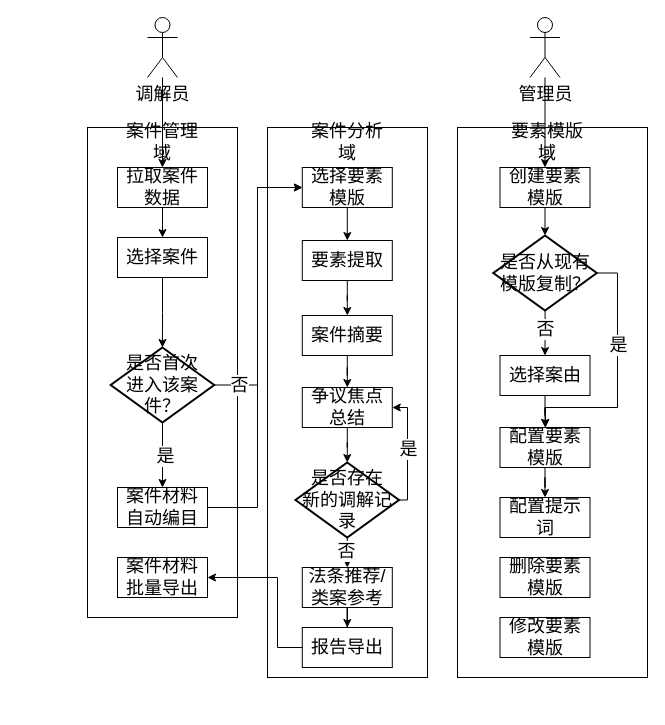
Lainy0605/graduate keeps this draw.io diagram as 系统过程视图.drawio. Above is the earlier version. Source tidied: cells renumbered, new cells numbered last; positions are measured from the earlier drawing's top-left corner, leaving out a move shared by most shapes. Both pictures are drawn from the tidied source at 100%, with x=0, y=0 at pixel (87, 17).
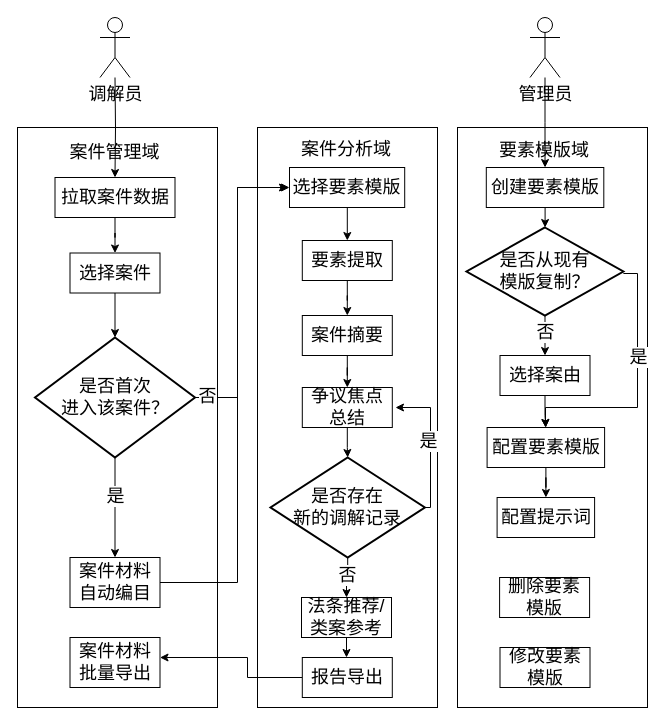
Above is the later version.

Commit message:
更新系统过程视图.drawio

Unchanged cells that the change refers to:
```xml
<mxCell id="28" value="争议焦点总结" style="rounded=0;whiteSpace=wrap;html=1;fontSize=18;" parent="1" vertex="1">
  <mxGeometry x="214.8" y="370" width="90" height="40" as="geometry" />
</mxCell>
```

Diff of the diagram source:
```diff
@@
     <mxCell id="2" value="&lt;font style=&quot;font-size: 18px;&quot;&gt;调解员&lt;/font&gt;" style="shape=umlActor;verticalLabelPosition=bottom;verticalAlign=top;html=1;outlineConnect=0;" parent="1" vertex="1">
-      <mxGeometry x="60" width="30" height="60" as="geometry" />
+      <mxGeometry x="12.5" width="30" height="60" as="geometry" />
     </mxCell>
@@
     <mxCell id="4" style="rounded=0;whiteSpace=wrap;html=1;fontSize=18;" parent="1" vertex="1">
-      <mxGeometry y="110" width="150" height="490" as="geometry" />
+      <mxGeometry x="-70" y="110" width="200" height="580" as="geometry" />
     </mxCell>
@@
     <mxCell id="6" value="拉取案件数据" style="rounded=0;whiteSpace=wrap;html=1;fontSize=18;" parent="1" vertex="1">
-      <mxGeometry x="30" y="150" width="90" height="40" as="geometry" />
+      <mxGeometry x="-32.5" y="160" width="120" height="40" as="geometry" />
     </mxCell>
     <mxCell id="7" value="选择案件" style="rounded=0;whiteSpace=wrap;html=1;fontSize=18;" parent="1" vertex="1">
-      <mxGeometry x="30" y="220" width="90" height="40" as="geometry" />
+      <mxGeometry x="-17.5" y="235.5" width="90" height="40" as="geometry" />
     </mxCell>
     <mxCell id="8" value="案件材料&lt;div&gt;自动编目&lt;/div&gt;" style="rounded=0;whiteSpace=wrap;html=1;fontSize=18;" parent="1" vertex="1">
-      <mxGeometry x="30" y="470" width="90" height="40" as="geometry" />
+      <mxGeometry x="-17.5" y="540" width="90" height="50" as="geometry" />
     </mxCell>
-    <mxCell id="9" style="edgeStyle=orthogonalEdgeStyle;rounded=0;jettySize=auto;html=1;entryX=0.5;entryY=0;entryDx=0;entryDy=0;fontSize=18;" parent="1" edge="1" source="11" target="8">
+    <mxCell id="9" style="edgeStyle=orthogonalEdgeStyle;rounded=0;jettySize=auto;html=1;entryX=0.5;entryY=0;entryDx=0;entryDy=0;" parent="1" edge="1" source="11" target="8">
       <mxGeometry relative="1" as="geometry" />
     </mxCell>
-    <mxCell id="10" value="是" style="edgeLabel;html=1;align=center;verticalAlign=middle;fontSize=18;" parent="9" vertex="1">
-      <mxGeometry y="-1" relative="1" as="geometry">
-        <mxPoint x="3" as="offset" />
-      </mxGeometry>
+    <mxCell id="10" value="&lt;font style=&quot;font-size: 18px;&quot;&gt;是&lt;/font&gt;" style="edgeLabel;html=1;align=center;verticalAlign=middle;" parent="9" vertex="1">
+      <mxGeometry x="-0.25" relative="1" as="geometry" />
     </mxCell>
     <mxCell id="11" value="是否首次&lt;div&gt;进入该案件？&lt;/div&gt;" style="strokeWidth=2;html=1;shape=mxgraph.flowchart.decision;whiteSpace=wrap;fontSize=18;" parent="1" vertex="1">
-      <mxGeometry x="23.2" y="330" width="103.5" height="75" as="geometry" />
+      <mxGeometry x="-52.5" y="320" width="160" height="120" as="geometry" />
     </mxCell>
@@
     <mxCell id="13" style="rounded=0;whiteSpace=wrap;html=1;fontSize=18;" parent="1" vertex="1">
-      <mxGeometry x="180" y="110" width="160" height="550" as="geometry" />
+      <mxGeometry x="170" y="110" width="180" height="580" as="geometry" />
     </mxCell>
     <mxCell id="14" value="选择要素模版" style="rounded=0;whiteSpace=wrap;html=1;fontSize=18;" parent="1" vertex="1">
-      <mxGeometry x="214.8" y="150" width="90" height="40" as="geometry" />
+      <mxGeometry x="202" y="150" width="115.2" height="40" as="geometry" />
     </mxCell>
@@
     <mxCell id="16" value="案件材料&lt;div&gt;批量导出&lt;/div&gt;" style="rounded=0;whiteSpace=wrap;html=1;fontSize=18;" parent="1" vertex="1">
-      <mxGeometry x="30" y="540" width="90" height="40" as="geometry" />
+      <mxGeometry x="-17.5" y="620" width="90" height="50" as="geometry" />
     </mxCell>
-    <mxCell id="17" style="edgeStyle=orthogonalEdgeStyle;rounded=0;jettySize=auto;html=1;entryX=1;entryY=0.5;entryDx=0;entryDy=0;fontSize=18;" parent="1" edge="1" source="18" target="16">
+    <mxCell id="17" style="edgeStyle=orthogonalEdgeStyle;rounded=0;jettySize=auto;html=1;fontSize=18;exitX=0;exitY=0.5;exitDx=0;exitDy=0;" parent="1" edge="1" source="18" target="16">
       <mxGeometry relative="1" as="geometry">
         <Array as="points">
-          <mxPoint x="190" y="630" />
-          <mxPoint x="190" y="560" />
+          <mxPoint x="160" y="660" />
+          <mxPoint x="160" y="640" />
         </Array>
       </mxGeometry>
     </mxCell>
     <mxCell id="18" value="报告导出" style="rounded=0;whiteSpace=wrap;html=1;fontSize=18;" parent="1" vertex="1">
-      <mxGeometry x="214.8" y="610" width="90" height="40" as="geometry" />
+      <mxGeometry x="214.8" y="640" width="90" height="40" as="geometry" />
     </mxCell>
@@
     <mxCell id="21" style="edgeStyle=orthogonalEdgeStyle;rounded=0;jettySize=auto;html=1;entryX=0;entryY=0.5;entryDx=0;entryDy=0;fontSize=18;exitX=1;exitY=0.5;exitDx=0;exitDy=0;exitPerimeter=0;" parent="1" edge="1" source="11" target="14">
       <mxGeometry relative="1" as="geometry">
         <Array as="points">
-          <mxPoint x="170" y="367" />
-          <mxPoint x="170" y="170" />
+          <mxPoint x="150" y="380" />
+          <mxPoint x="150" y="170" />
         </Array>
       </mxGeometry>
     </mxCell>
     <mxCell id="22" value="否" style="edgeLabel;html=1;align=center;verticalAlign=middle;fontSize=18;" parent="21" vertex="1">
       <mxGeometry x="-0.84" y="-1" relative="1" as="geometry">
-        <mxPoint x="2" y="-1" as="offset" />
+        <mxPoint x="-12" y="-3" as="offset" />
       </mxGeometry>
     </mxCell>
-    <mxCell id="23" style="edgeStyle=orthogonalEdgeStyle;rounded=0;orthogonalLoop=1;jettySize=auto;html=1;fontSize=18;" parent="1" edge="1">
+    <mxCell id="23" style="edgeStyle=orthogonalEdgeStyle;rounded=0;jettySize=auto;html=1;fontSize=18;exitX=1;exitY=0.5;exitDx=0;exitDy=0;" parent="1" edge="1" source="8">
       <mxGeometry relative="1" as="geometry">
-        <mxPoint x="120" y="490" as="sourcePoint" />
-        <mxPoint x="214.8" y="170" as="targetPoint" />
+        <mxPoint x="200" y="170" as="targetPoint" />
         <Array as="points">
-          <mxPoint x="170" y="490" />
-          <mxPoint x="170" y="170" />
+          <mxPoint x="150" y="565" />
+          <mxPoint x="150" y="170" />
         </Array>
       </mxGeometry>
     </mxCell>
@@
     <mxCell id="30" value="法条推荐/&lt;div&gt;类案参考&lt;/div&gt;" style="rounded=0;whiteSpace=wrap;html=1;fontSize=18;" parent="1" vertex="1">
-      <mxGeometry x="214.8" y="550" width="90" height="40" as="geometry" />
+      <mxGeometry x="214" y="580" width="90" height="40" as="geometry" />
     </mxCell>
     <mxCell id="31" style="rounded=0;whiteSpace=wrap;html=1;fontSize=18;" parent="1" vertex="1">
-      <mxGeometry x="370" y="110" width="190" height="550" as="geometry" />
+      <mxGeometry x="370" y="110" width="190" height="580" as="geometry" />
     </mxCell>
@@
     <mxCell id="35" value="创建要素模版" style="rounded=0;whiteSpace=wrap;html=1;fontSize=18;" parent="1" vertex="1">
-      <mxGeometry x="412.5" y="150" width="90" height="40" as="geometry" />
+      <mxGeometry x="398.8" y="150" width="117.5" height="40" as="geometry" />
     </mxCell>
@@
     <mxCell id="37" value="配置要素模版" style="rounded=0;whiteSpace=wrap;html=1;fontSize=18;" parent="1" vertex="1">
-      <mxGeometry x="412.5" y="410" width="90" height="40" as="geometry" />
+      <mxGeometry x="399.6" y="410" width="117.5" height="40" as="geometry" />
     </mxCell>
     <mxCell id="38" value="删除要素模版" style="rounded=0;whiteSpace=wrap;html=1;fontSize=18;" parent="1" vertex="1">
-      <mxGeometry x="412.5" y="540" width="90" height="40" as="geometry" />
+      <mxGeometry x="412.1" y="560" width="90" height="40" as="geometry" />
     </mxCell>
     <mxCell id="39" value="修改要素模版" style="rounded=0;whiteSpace=wrap;html=1;fontSize=18;" parent="1" vertex="1">
-      <mxGeometry x="412.5" y="600" width="90" height="40" as="geometry" />
+      <mxGeometry x="412.5" y="630" width="90" height="40" as="geometry" />
     </mxCell>
     <mxCell id="40" value="配置提示词" style="rounded=0;whiteSpace=wrap;html=1;fontSize=18;" parent="1" vertex="1">
-      <mxGeometry x="412.5" y="480" width="90" height="40" as="geometry" />
+      <mxGeometry x="409.6" y="480" width="97.5" height="40" as="geometry" />
     </mxCell>
-    <mxCell id="41" style="edgeStyle=orthogonalEdgeStyle;rounded=0;jettySize=auto;html=1;entryX=0.5;entryY=0;entryDx=0;entryDy=0;fontSize=18;" parent="1" edge="1" source="2" target="6">
-      <mxGeometry relative="1" as="geometry" />
+    <mxCell id="41" style="edgeStyle=orthogonalEdgeStyle;rounded=0;jettySize=auto;html=1;entryX=0.5;entryY=0;entryDx=0;entryDy=0;fontSize=18;" parent="1" edge="1" target="6">
+      <mxGeometry relative="1" as="geometry">
+        <mxPoint x="27.5" y="60" as="sourcePoint" />
+      </mxGeometry>
     </mxCell>
     <mxCell id="42" value="案件管理域" style="text;html=1;whiteSpace=wrap;strokeColor=none;fillColor=none;align=center;verticalAlign=middle;rounded=0;fontSize=18;" parent="1" vertex="1">
-      <mxGeometry x="35" y="110" width="80" height="30" as="geometry" />
+      <mxGeometry x="-20" y="120" width="95" height="30" as="geometry" />
     </mxCell>
     <mxCell id="43" value="案件分析域" style="text;html=1;whiteSpace=wrap;strokeColor=none;fillColor=none;align=center;verticalAlign=middle;rounded=0;fontSize=18;" parent="1" vertex="1">
-      <mxGeometry x="220" y="110" width="80" height="30" as="geometry" />
+      <mxGeometry x="209" y="117" width="100" height="30" as="geometry" />
     </mxCell>
     <mxCell id="44" value="要素模版域" style="text;html=1;whiteSpace=wrap;strokeColor=none;fillColor=none;align=center;verticalAlign=middle;rounded=0;fontSize=18;" parent="1" vertex="1">
-      <mxGeometry x="420" y="110" width="80" height="30" as="geometry" />
+      <mxGeometry x="407.1" y="118" width="100" height="30" as="geometry" />
     </mxCell>
@@
     <mxCell id="47" style="edgeStyle=orthogonalEdgeStyle;rounded=0;jettySize=auto;html=1;fontSize=18;" parent="1" edge="1" source="49" target="37">
       <mxGeometry relative="1" as="geometry">
         <Array as="points">
-          <mxPoint x="530" y="256" />
-          <mxPoint x="530" y="390" />
+          <mxPoint x="550" y="256" />
+          <mxPoint x="550" y="390" />
           <mxPoint x="458" y="390" />
         </Array>
       </mxGeometry>
     </mxCell>
@@
     <mxCell id="49" value="是否从现有&lt;div&gt;模版复制&lt;span style=&quot;background-color: transparent; color: light-dark(rgb(0, 0, 0), rgb(255, 255, 255));&quot;&gt;？&lt;/span&gt;&lt;/div&gt;" style="strokeWidth=2;html=1;shape=mxgraph.flowchart.decision;whiteSpace=wrap;fontSize=18;" parent="1" vertex="1">
-      <mxGeometry x="405.8" y="218" width="103.5" height="75" as="geometry" />
+      <mxGeometry x="379" y="210" width="156.9" height="88" as="geometry" />
     </mxCell>
@@
-    <mxCell id="51" style="edgeStyle=orthogonalEdgeStyle;rounded=0;jettySize=auto;html=1;entryX=1;entryY=0.5;entryDx=0;entryDy=0;fontSize=18;" parent="1" edge="1" source="53" target="28">
+    <mxCell id="51" style="edgeStyle=orthogonalEdgeStyle;rounded=0;jettySize=auto;html=1;entryX=1;entryY=0.5;entryDx=0;entryDy=0;fontSize=18;exitX=1;exitY=0.5;exitDx=0;exitDy=0;exitPerimeter=0;" parent="1" edge="1" source="53">
       <mxGeometry relative="1" as="geometry">
+        <mxPoint x="308" y="390" as="targetPoint" />
         <Array as="points">
-          <mxPoint x="320" y="483" />
-          <mxPoint x="320" y="390" />
+          <mxPoint x="343" y="490" />
+          <mxPoint x="343" y="390" />
         </Array>
       </mxGeometry>
     </mxCell>
     <mxCell id="52" value="是" style="edgeLabel;html=1;align=center;verticalAlign=middle;fontSize=18;" parent="51" vertex="1">
-      <mxGeometry x="0.04" relative="1" as="geometry" />
+      <mxGeometry x="0.04" relative="1" as="geometry">
+        <mxPoint x="-3" y="1" as="offset" />
+      </mxGeometry>
     </mxCell>
     <mxCell id="53" value="是否存在&lt;div&gt;新的调解记录&lt;/div&gt;" style="strokeWidth=2;html=1;shape=mxgraph.flowchart.decision;whiteSpace=wrap;fontSize=18;" parent="1" vertex="1">
-      <mxGeometry x="208" y="445" width="103.5" height="75" as="geometry" />
+      <mxGeometry x="183" y="440" width="154.4" height="100" as="geometry" />
     </mxCell>
```
